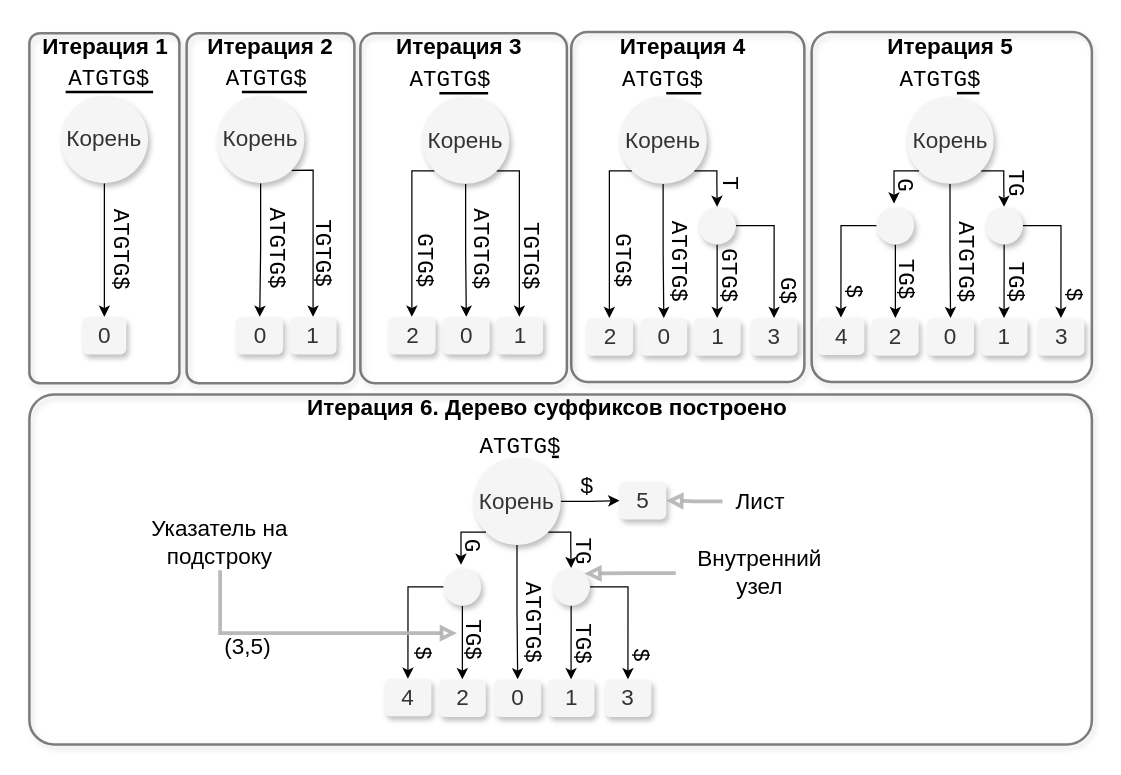
The draw.io diagram Ukkonen.drawio in NikolaiL-dev/pictures.drawio, before the edit. Source tidied: cells renumbered, new cells numbered last; positions are measured from the earlier drawing's top-left corner, leaving out a move shared by most shapes. Both pictures are drawn from the tidied source at 125%, with x=0, y=0 at pixel (21, 21).
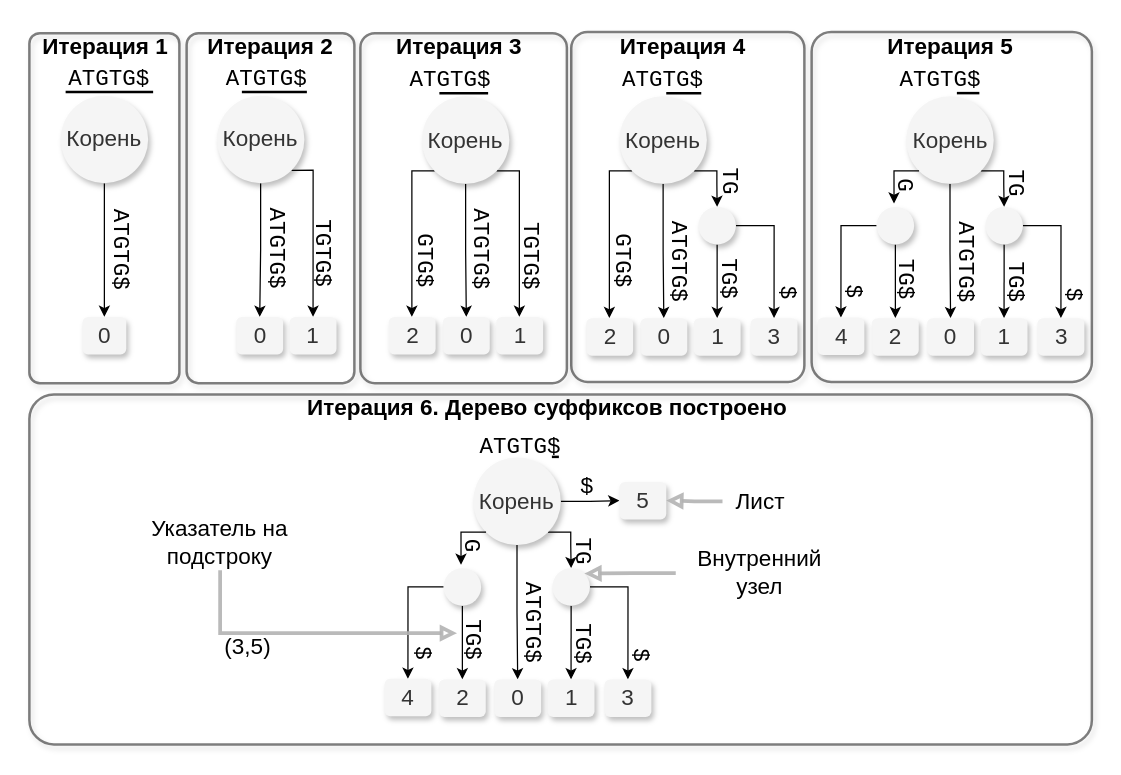
The same page after the edit.

Diff of the diagram source:
```diff
@@
+    <mxCell id="76" style="rounded=1;whiteSpace=wrap;html=1;fillColor=none;arcSize=7;shadow=1;opacity=50;strokeWidth=2;" parent="1" vertex="1">
+      <mxGeometry x="439.5" y="8" width="186.5" height="280" as="geometry" />
+    </mxCell>
@@
-    <mxCell id="38" value="&lt;font style=&quot;font-size: 18px;&quot; face=&quot;Courier New&quot;&gt;GTG$&lt;/font&gt;" style="text;whiteSpace=wrap;html=1;rotation=90;" parent="1" vertex="1">
-      <mxGeometry x="546" y="186.4" width="42.8" height="30" as="geometry" />
+    <mxCell id="38" value="&lt;font style=&quot;font-size: 18px;&quot; face=&quot;Courier New&quot;&gt;TG$&lt;/font&gt;" style="text;whiteSpace=wrap;html=1;rotation=90;" parent="1" vertex="1">
+      <mxGeometry x="546" y="194.4" width="42.8" height="30" as="geometry" />
     </mxCell>
@@
-    <mxCell id="46" value="&lt;font face=&quot;Courier New&quot; style=&quot;font-size: 18px;&quot;&gt;T&lt;/font&gt;" style="text;whiteSpace=wrap;html=1;rotation=90;" parent="1" vertex="1">
-      <mxGeometry x="563" y="122" width="20" height="20" as="geometry" />
+    <mxCell id="46" value="&lt;font face=&quot;Courier New&quot; style=&quot;font-size: 18px;&quot;&gt;T&lt;/font&gt;&lt;font style=&quot;font-size: 18px;&quot; face=&quot;Courier New&quot;&gt;G&lt;/font&gt;" style="text;whiteSpace=wrap;html=1;rotation=90;" parent="1" vertex="1">
+      <mxGeometry x="563" y="115" width="20" height="20" as="geometry" />
     </mxCell>
@@
-    <mxCell id="48" value="&lt;font style=&quot;font-size: 18px;&quot; face=&quot;Courier New&quot;&gt;G$&lt;/font&gt;" style="text;whiteSpace=wrap;html=1;rotation=90;" parent="1" vertex="1">
-      <mxGeometry x="603.9" y="198.5" width="21" height="30" as="geometry" />
+    <mxCell id="48" value="&lt;font style=&quot;font-size: 18px;&quot; face=&quot;Courier New&quot;&gt;$&lt;/font&gt;" style="text;whiteSpace=wrap;html=1;rotation=90;" parent="1" vertex="1">
+      <mxGeometry x="603.9" y="205.5" width="21" height="30" as="geometry" />
     </mxCell>
@@
-    <mxCell id="76" style="rounded=1;whiteSpace=wrap;html=1;fillColor=none;arcSize=7;shadow=1;opacity=50;strokeWidth=2;" parent="1" vertex="1">
-      <mxGeometry x="439.5" y="8" width="186.5" height="280" as="geometry" />
-    </mxCell>
```
